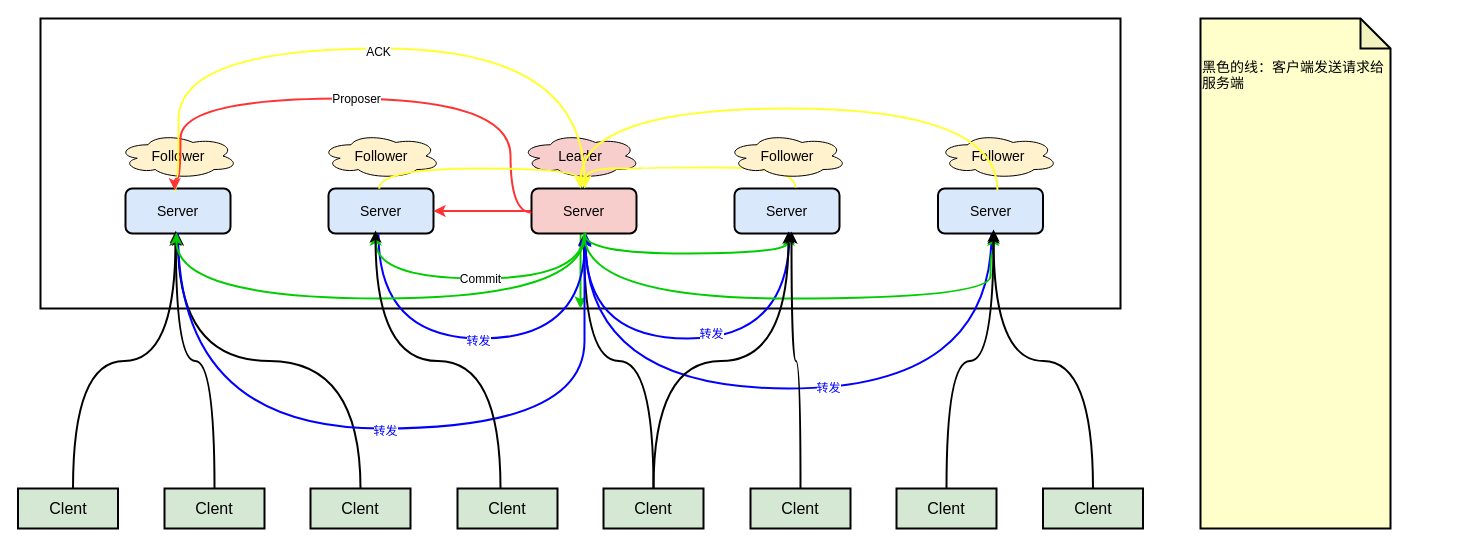
starzy1990/diagrams keeps this draw.io diagram as page "Zookeeper服务" (2 of 2) of zookeeper.drawio. Above is the earlier version. Source tidied: cells renumbered, new cells numbered last; positions are measured from the earlier drawing's top-left corner, leaving out a move shared by most shapes. Both pictures are drawn from the tidied source at 100%, with x=0, y=0 at pixel (18, 18).
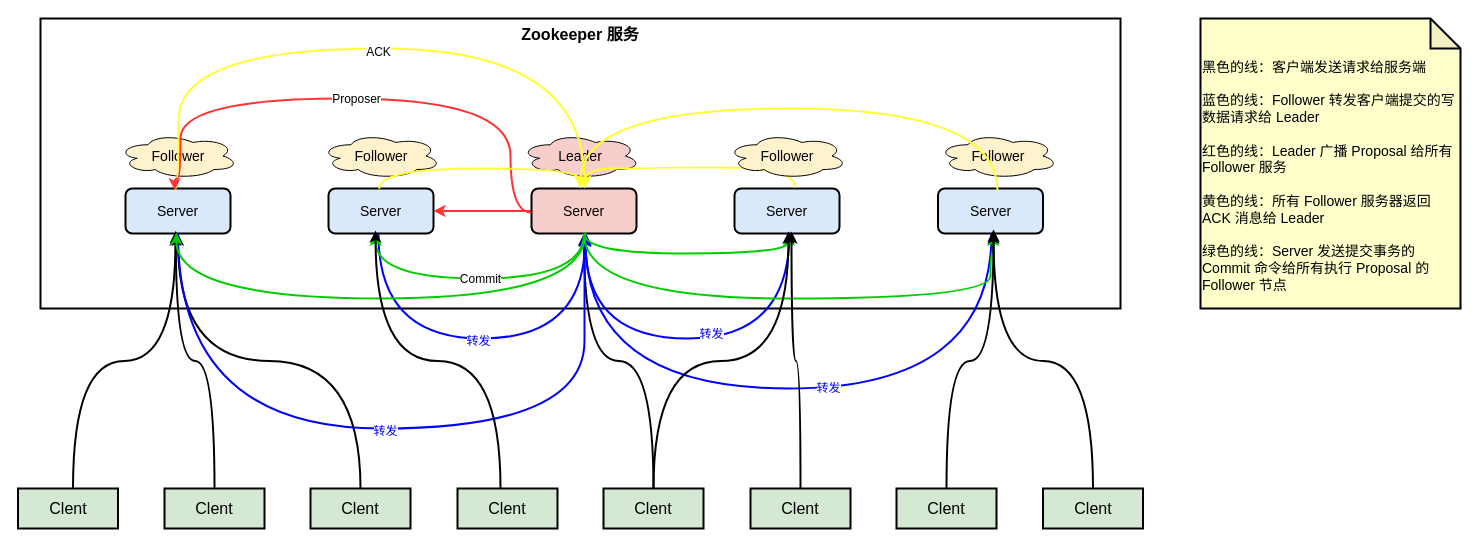
The same page after the edit.

Unchanged cells that the change refers to:
```xml
<mxCell id="9" value="Server" style="rounded=1;whiteSpace=wrap;html=1;strokeWidth=2;fillColor=#f8cecc;strokeColor=#000000;fontSize=14;" parent="1" vertex="1">
  <mxGeometry x="513" y="170" width="105" height="45" as="geometry" />
</mxCell>
```

The edit, as a diff of the source:
```diff
@@
-    <mxCell id="2" style="rounded=0;whiteSpace=wrap;html=1;strokeWidth=2;" parent="1" vertex="1">
+    <mxCell id="2" value="Zookeeper 服务" style="rounded=0;whiteSpace=wrap;html=1;strokeWidth=2;verticalAlign=top;fontSize=16;fontStyle=1;" parent="1" vertex="1">
       <mxGeometry x="22" width="1080" height="290" as="geometry" />
     </mxCell>
@@
-    <mxCell id="7" style="edgeStyle=orthogonalEdgeStyle;shape=connector;curved=1;rounded=0;jettySize=auto;html=1;strokeColor=#00CC00;strokeWidth=2;align=center;verticalAlign=middle;fontFamily=Helvetica;fontSize=12;fontColor=default;labelBackgroundColor=default;endArrow=classic;fillColor=#d5e8d4;" parent="1" edge="1" source="9" target="2">
-      <mxGeometry relative="1" as="geometry" />
-    </mxCell>
@@
-    <mxCell id="52" value="&lt;div&gt;&lt;br&gt;&lt;/div&gt;&lt;div&gt;&lt;br&gt;&lt;/div&gt;黑色的线：客户端发送请求给服务端" style="shape=note;whiteSpace=wrap;html=1;backgroundOutline=1;darkOpacity=0.05;rounded=1;strokeColor=default;strokeWidth=2;align=left;verticalAlign=top;fontFamily=Helvetica;fontSize=14;fontColor=default;labelBackgroundColor=none;fillColor=#FFFFCC;" parent="1" vertex="1">
-      <mxGeometry x="1182" width="190" height="510" as="geometry" />
+    <mxCell id="52" value="&lt;div&gt;&lt;br&gt;&lt;/div&gt;&lt;div&gt;&lt;br&gt;&lt;/div&gt;黑色的线：客户端发送请求给服务端&lt;div&gt;&lt;br&gt;&lt;/div&gt;&lt;div&gt;蓝色的线：Follower 转发客户端提交的写数据请求给 Leader&lt;/div&gt;&lt;div&gt;&lt;br&gt;&lt;/div&gt;&lt;div&gt;红色的线：Leader 广播 Proposal 给所有 Follower 服务&lt;/div&gt;&lt;div&gt;&lt;br&gt;&lt;/div&gt;&lt;div&gt;黄色的线：所有 Follower 服务器返回 ACK 消息给 Leader&lt;/div&gt;&lt;div&gt;&lt;br&gt;&lt;/div&gt;&lt;div&gt;绿色的线：Server 发送提交事务的 Commit 命令给所有执行 Proposal 的 Follower 节点&lt;/div&gt;" style="shape=note;whiteSpace=wrap;html=1;backgroundOutline=1;darkOpacity=0.05;rounded=1;strokeColor=default;strokeWidth=2;align=left;verticalAlign=top;fontFamily=Helvetica;fontSize=14;fontColor=default;labelBackgroundColor=none;fillColor=#FFFFCC;" parent="1" vertex="1">
+      <mxGeometry x="1182" width="260" height="290" as="geometry" />
     </mxCell>
```
